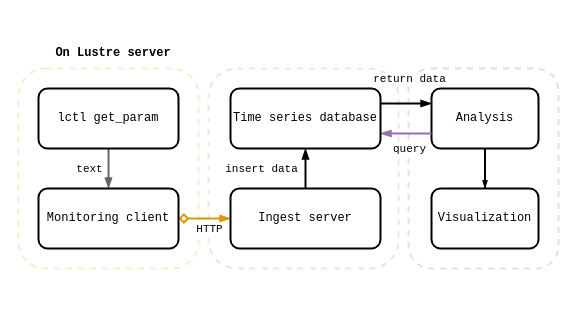
jaantollander/masters-thesis keeps this draw.io diagram as content/figures/lustre-monitor.drawio. Above is the earlier version. Source tidied: cells renumbered, new cells numbered last; positions are measured from the earlier drawing's top-left corner, leaving out a move shared by most shapes. Both pictures are drawn from the tidied source at 100%, with x=0, y=0 at pixel (18, 38).
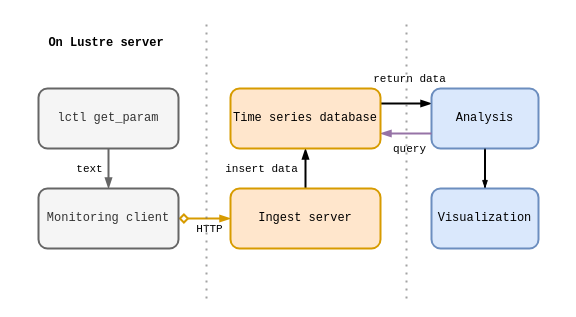
After the change.

Diff of the diagram source:
```diff
@@
-    <mxCell id="2" style="rounded=1;whiteSpace=wrap;html=1;strokeWidth=2;fontFamily=Courier New;fillColor=none;dashed=1;strokeColor=#9673a6;opacity=20;" parent="1" vertex="1">
-      <mxGeometry x="190" y="30" width="190" height="200" as="geometry" />
-    </mxCell>
-    <mxCell id="3" style="rounded=1;whiteSpace=wrap;html=1;strokeWidth=2;fontFamily=Courier New;fillColor=none;dashed=1;fontColor=#333333;strokeColor=#666666;opacity=20;" parent="1" vertex="1">
-      <mxGeometry x="390" y="30" width="150" height="200" as="geometry" />
-    </mxCell>
-    <mxCell id="4" style="rounded=1;whiteSpace=wrap;html=1;strokeWidth=2;fontFamily=Courier New;fillColor=none;dashed=1;strokeColor=#d79b00;opacity=20;" parent="1" vertex="1">
-      <mxGeometry y="30" width="180" height="200" as="geometry" />
-    </mxCell>
@@
-    <mxCell id="9" value="Monitoring client" style="rounded=1;whiteSpace=wrap;html=1;strokeWidth=2;fontFamily=Courier New;" parent="1" vertex="1">
+    <mxCell id="9" value="Monitoring client" style="rounded=1;whiteSpace=wrap;html=1;strokeWidth=2;fontFamily=Courier New;fillColor=#f5f5f5;strokeColor=#666666;fontColor=#333333;" parent="1" vertex="1">
       <mxGeometry x="20" y="150" width="140" height="60" as="geometry" />
     </mxCell>
@@
-    <mxCell id="12" value="Ingest server" style="rounded=1;whiteSpace=wrap;html=1;strokeWidth=2;fontFamily=Courier New;" parent="1" vertex="1">
+    <mxCell id="12" value="Ingest server" style="rounded=1;whiteSpace=wrap;html=1;strokeWidth=2;fontFamily=Courier New;fillColor=#ffe6cc;strokeColor=#d79b00;" parent="1" vertex="1">
       <mxGeometry x="212" y="150" width="150" height="60" as="geometry" />
     </mxCell>
-    <mxCell id="13" value="lctl get_param" style="rounded=1;whiteSpace=wrap;html=1;strokeWidth=2;fontFamily=Courier New;" parent="1" vertex="1">
+    <mxCell id="13" value="lctl get_param" style="rounded=1;whiteSpace=wrap;html=1;strokeWidth=2;fontFamily=Courier New;fillColor=#f5f5f5;strokeColor=#666666;fontColor=#333333;" parent="1" vertex="1">
       <mxGeometry x="20" y="50" width="140" height="60" as="geometry" />
     </mxCell>
     <mxCell id="14" value="On Lustre server" style="text;html=1;strokeColor=none;fillColor=none;align=center;verticalAlign=middle;whiteSpace=wrap;rounded=0;strokeWidth=2;fontFamily=Courier New;fontStyle=1;" parent="1" vertex="1">
-      <mxGeometry width="190" height="30" as="geometry" />
+      <mxGeometry x="18" y="-10" width="140" height="30" as="geometry" />
     </mxCell>
@@
-    <mxCell id="18" value="Analysis" style="rounded=1;whiteSpace=wrap;html=1;strokeWidth=2;fontFamily=Courier New;" parent="1" vertex="1">
+    <mxCell id="18" value="Analysis" style="rounded=1;whiteSpace=wrap;html=1;strokeWidth=2;fontFamily=Courier New;fillColor=#dae8fc;strokeColor=#6c8ebf;" parent="1" vertex="1">
       <mxGeometry x="413" y="50" width="107" height="60" as="geometry" />
     </mxCell>
@@
-    <mxCell id="21" value="Time series database" style="rounded=1;whiteSpace=wrap;html=1;strokeWidth=2;fontFamily=Courier New;" parent="1" vertex="1">
+    <mxCell id="21" value="Time series database" style="rounded=1;whiteSpace=wrap;html=1;strokeWidth=2;fontFamily=Courier New;fillColor=#ffe6cc;strokeColor=#d79b00;" parent="1" vertex="1">
       <mxGeometry x="212" y="50" width="150" height="60" as="geometry" />
     </mxCell>
@@
-    <mxCell id="23" value="Visualization" style="rounded=1;whiteSpace=wrap;html=1;strokeWidth=2;fontFamily=Courier New;" parent="1" vertex="1">
+    <mxCell id="23" value="Visualization" style="rounded=1;whiteSpace=wrap;html=1;strokeWidth=2;fontFamily=Courier New;fillColor=#dae8fc;strokeColor=#6c8ebf;" parent="1" vertex="1">
       <mxGeometry x="413" y="150" width="107" height="60" as="geometry" />
     </mxCell>
+    <mxCell id="24" style="endArrow=none;dashed=1;html=1;dashPattern=1 3;strokeWidth=2;rounded=0;fillColor=#f5f5f5;strokeColor=#666666;opacity=60;" parent="1" edge="1">
+      <mxGeometry relative="1" as="geometry">
+        <mxPoint x="188" y="260" as="sourcePoint" />
+        <mxPoint x="188" y="-20" as="targetPoint" />
+      </mxGeometry>
+    </mxCell>
+    <mxCell id="25" style="endArrow=none;dashed=1;html=1;dashPattern=1 3;strokeWidth=2;rounded=0;fillColor=#f5f5f5;strokeColor=#666666;opacity=60;" parent="1" edge="1">
+      <mxGeometry relative="1" as="geometry">
+        <mxPoint x="388" y="260" as="sourcePoint" />
+        <mxPoint x="388" y="-20" as="targetPoint" />
+      </mxGeometry>
+    </mxCell>
```
